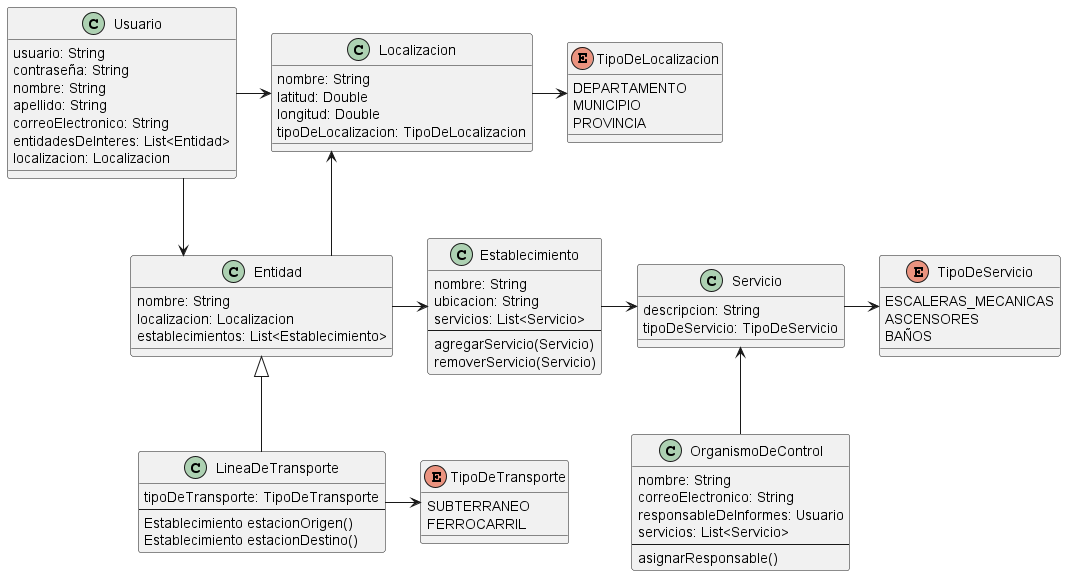
The PlantUML diagram docs/entrega-2/png/TPA2-Clases.png in ValenAquino/tp-dds-2023, before a commit.
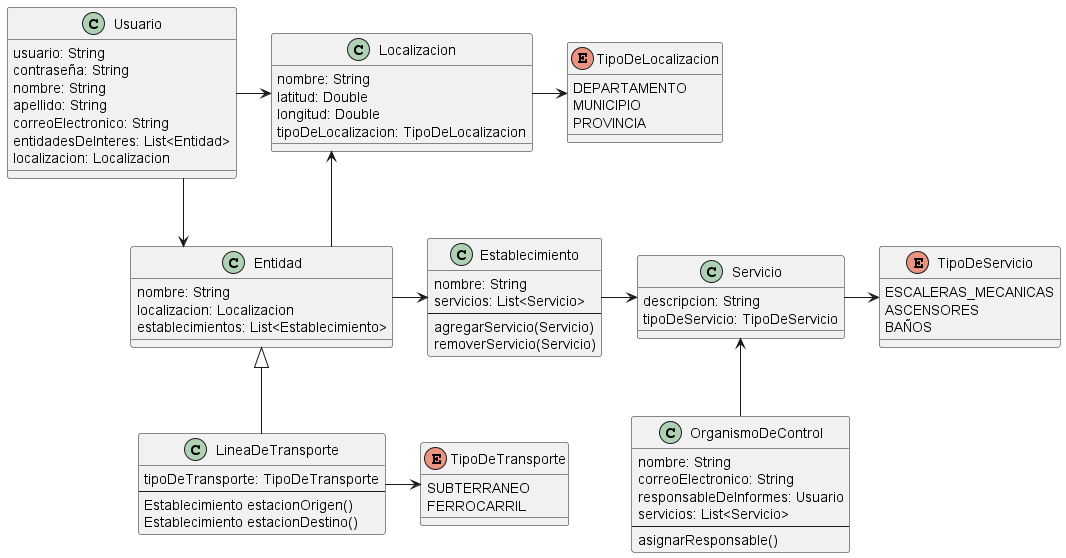
After the change.

The edit, as a diff of the source:
```diff
@@ -9,7 +9,6 @@
 
 class Establecimiento {
   nombre: String
-  ubicacion: String
   servicios: List<Servicio>
   --
   agregarServicio(Servicio)
```
